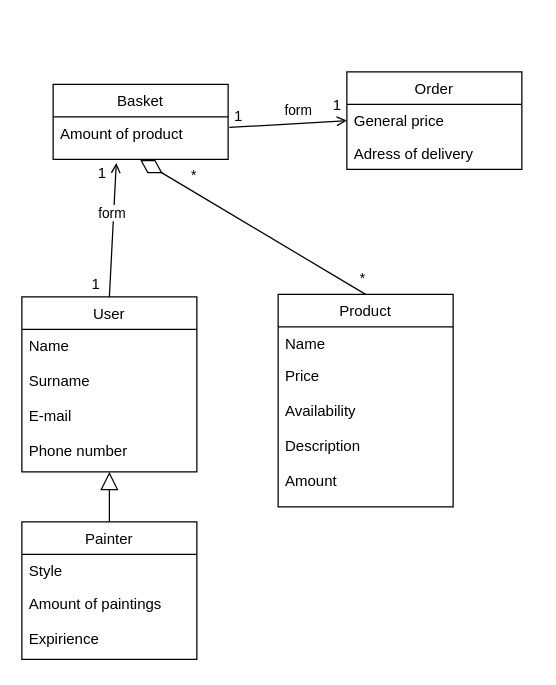
Before: 2-SoftwareDesign/2.1-UMLConceptClasses/UML-ConceptClasses.drawio in oleksandrblazhko/nai205-svetashov, a draw.io diagram. Source tidied: cells renumbered, new cells numbered last; positions are measured from the earlier drawing's top-left corner, leaving out a move shared by most shapes. Both pictures are drawn from the tidied source at 125%, with x=0, y=0 at pixel (21, 71).
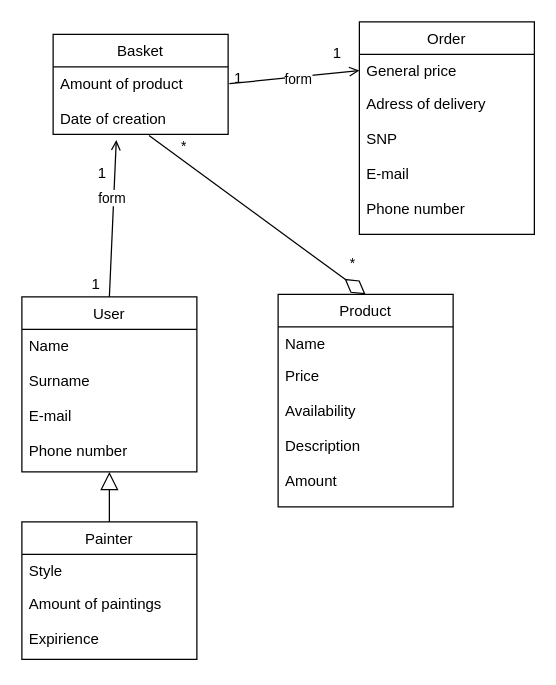
The same page after the edit.

Unchanged cells that the change refers to:
```xml
<mxCell id="13" value="Product" style="swimlane;fontStyle=0;horizontal=1;startSize=26;fillColor=none;" parent="1" vertex="1">
  <mxGeometry x="205" y="178" width="140" height="170" as="geometry" />
</mxCell>
```

Diff of the diagram source:
```diff
@@
     <mxCell id="8" value="Basket" style="swimlane;fontStyle=0;horizontal=1;startSize=26;fillColor=none;" parent="1" vertex="1">
-      <mxGeometry x="25" y="10" width="140" height="60" as="geometry" />
+      <mxGeometry x="25" y="-30" width="140" height="80" as="geometry" />
     </mxCell>
-    <mxCell id="9" value="Amount of product" style="text;strokeColor=none;fillColor=none;align=left;verticalAlign=top;spacingLeft=4;spacingRight=4;overflow=hidden;points=[[0,0.5],[1,0.5]];portConstraint=eastwest;" parent="8" vertex="1">
-      <mxGeometry y="26" width="140" height="34" as="geometry" />
+    <mxCell id="9" value="Amount of product&#10;&#10;Date of creation" style="text;strokeColor=none;fillColor=none;align=left;verticalAlign=top;spacingLeft=4;spacingRight=4;overflow=hidden;points=[[0,0.5],[1,0.5]];portConstraint=eastwest;" parent="8" vertex="1">
+      <mxGeometry y="26" width="140" height="54" as="geometry" />
     </mxCell>
     <mxCell id="10" value="Order" style="swimlane;fontStyle=0;horizontal=1;startSize=26;fillColor=none;" parent="1" vertex="1">
-      <mxGeometry x="260" width="140" height="78" as="geometry" />
+      <mxGeometry x="270" y="-40" width="140" height="170" as="geometry" />
     </mxCell>
@@
-    <mxCell id="12" value="Adress of delivery " style="text;strokeColor=none;fillColor=none;align=left;verticalAlign=top;spacingLeft=4;spacingRight=4;overflow=hidden;" parent="10" vertex="1">
-      <mxGeometry y="52" width="140" height="26" as="geometry" />
+    <mxCell id="12" value="Adress of delivery &#10;&#10;SNP&#10;&#10;E-mail&#10;&#10;Phone number" style="text;strokeColor=none;fillColor=none;align=left;verticalAlign=top;spacingLeft=4;spacingRight=4;overflow=hidden;" parent="10" vertex="1">
+      <mxGeometry y="52" width="140" height="118" as="geometry" />
     </mxCell>
@@
-    <mxCell id="16" style="endArrow=none;html=1;endSize=12;startArrow=diamondThin;startSize=18;startFill=0;exitX=0.497;exitY=1.01;exitDx=0;exitDy=0;entryX=0.5;entryY=0;entryDx=0;entryDy=0;exitPerimeter=0;" parent="1" edge="1" source="9" target="13">
+    <mxCell id="16" style="endArrow=none;html=1;endSize=12;startArrow=diamondThin;startSize=18;startFill=0;exitX=0.5;exitY=0;exitDx=0;exitDy=0;entryX=0.548;entryY=1.018;entryDx=0;entryDy=0;entryPerimeter=0;" parent="1" edge="1" source="13" target="9">
       <mxGeometry relative="1" as="geometry" />
     </mxCell>
     <mxCell id="17" value="*" style="edgeLabel;html=1;align=right;verticalAlign=top;" parent="16" vertex="1">
       <mxGeometry x="1" relative="1" as="geometry">
-        <mxPoint x="-135" y="-108" as="offset" />
+        <mxPoint x="30" y="-4" as="offset" />
       </mxGeometry>
     </mxCell>
     <mxCell id="18" value="1" style="text;html=1;align=center;verticalAlign=middle;strokeColor=none;fillColor=none;" parent="1" vertex="1">
-      <mxGeometry x="237" y="12" width="30" height="30" as="geometry" />
+      <mxGeometry x="237" y="-30" width="30" height="30" as="geometry" />
     </mxCell>
@@
     <mxCell id="23" value="form" style="edgeLabel;html=1;align=center;verticalAlign=middle;" parent="1" vertex="1">
-      <mxGeometry x="220" y="30" as="geometry" />
+      <mxGeometry x="220" y="5" as="geometry" />
     </mxCell>
     <mxCell id="24" value="*" style="edgeLabel;html=1;align=right;verticalAlign=top;" parent="1" vertex="1">
-      <mxGeometry x="275" y="152" as="geometry" />
+      <mxGeometry x="267" y="140" as="geometry" />
     </mxCell>
@@
     <mxCell id="26" value="1" style="text;html=1;align=center;verticalAlign=middle;strokeColor=none;fillColor=none;" parent="1" vertex="1">
-      <mxGeometry x="158" y="21" width="30" height="30" as="geometry" />
+      <mxGeometry x="158" y="-10" width="30" height="30" as="geometry" />
     </mxCell>
```
